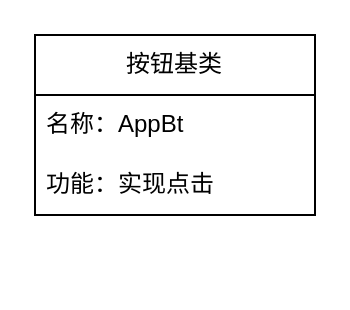
The draw.io diagram CarMachineSystem.drawio in 1bailan/Car-machine-system, before the edit. Source tidied: cells renumbered, new cells numbered last; positions are measured from the earlier drawing's top-left corner, leaving out a move shared by most shapes. Both pictures are drawn from the tidied source at 200%, with x=0, y=0 at pixel (34, 34).
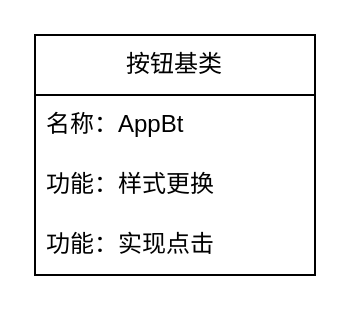
After the change.

Diff of the diagram source:
```diff
@@
 <mxGraphModel>
   <root>
     <mxCell id="0" />
     <mxCell id="1" parent="0" />
     <mxCell id="2" value="按钮基类" style="swimlane;fontStyle=0;horizontal=1;startSize=30;whiteSpace=wrap;html=1;" parent="1" vertex="1">
-      <mxGeometry width="140" height="90" as="geometry" />
+      <mxGeometry width="140" height="120" as="geometry" />
     </mxCell>
     <mxCell id="3" value="名称：AppBt" style="text;strokeColor=none;fillColor=none;align=left;verticalAlign=middle;spacingLeft=4;spacingRight=4;overflow=hidden;whiteSpace=wrap;html=1;" parent="2" vertex="1">
       <mxGeometry y="30" width="140" height="30" as="geometry" />
     </mxCell>
-    <mxCell id="4" value="功能：实现点击" style="text;strokeColor=none;fillColor=none;align=left;verticalAlign=middle;spacingLeft=4;spacingRight=4;overflow=hidden;whiteSpace=wrap;html=1;" parent="2" vertex="1">
+    <mxCell id="4" value="功能：样式更换" style="text;strokeColor=none;fillColor=none;align=left;verticalAlign=middle;spacingLeft=4;spacingRight=4;overflow=hidden;whiteSpace=wrap;html=1;" parent="2" vertex="1">
       <mxGeometry y="60" width="140" height="30" as="geometry" />
     </mxCell>
+    <mxCell id="5" value="功能：实现点击" style="text;strokeColor=none;fillColor=none;align=left;verticalAlign=middle;spacingLeft=4;spacingRight=4;overflow=hidden;whiteSpace=wrap;html=1;" parent="2" vertex="1">
+      <mxGeometry y="90" width="140" height="30" as="geometry" />
+    </mxCell>
   </root>
 </mxGraphModel>
```
